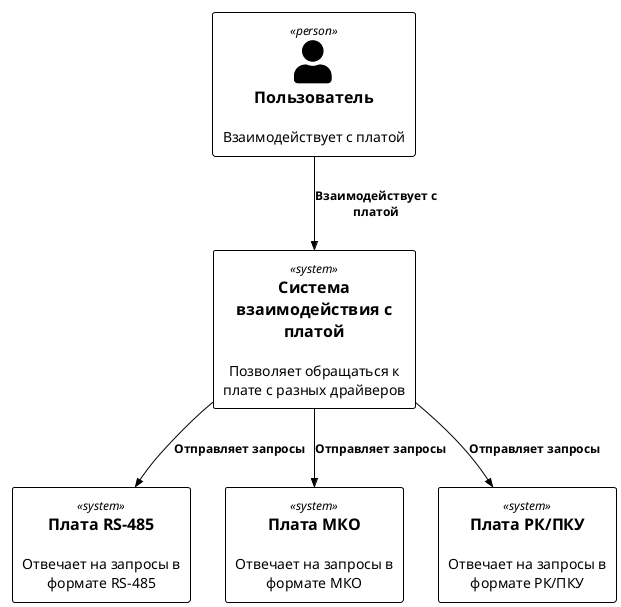
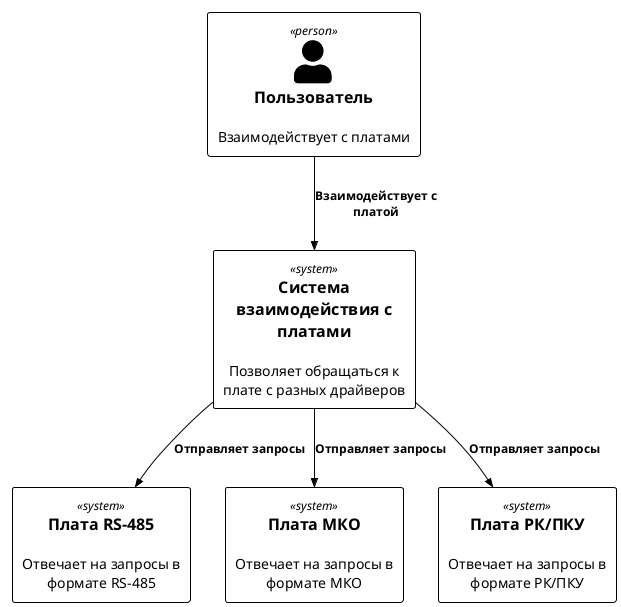
@startuml c_1

!include <C4/C4_Context>

!theme plain

UpdateElementStyle(Person, $borderColor="#000000", $fontColor="#000000", $bgColor="#ffffff")
UpdateElementStyle(System, $borderColor="#000000", $fontColor="#000000", $bgColor="#ffffff")

- Person(user, "Пользователь", "Взаимодействует с платой")
+ Person(user, "Пользователь", "Взаимодействует с платами")

- System(workplace, "Система взаимодействия с платой", "Позволяет обращаться к плате с разных драйверов")
+ System(workplace, "Система взаимодействия с платами", "Позволяет обращаться к плате с разных драйверов")

System(rs485_board, "Плата RS-485", "Отвечает на запросы в формате RS-485")
System(mko_board, "Плата МКО", "Отвечает на запросы в формате МКО")
System(pku_board, "Плата РК/ПКУ", "Отвечает на запросы в формате РК/ПКУ")

Rel(user, workplace, "Взаимодействует с платой")

Rel(workplace, rs485_board, "Отправляет запросы")
Rel(workplace, mko_board, "Отправляет запросы")
Rel(workplace, pku_board, "Отправляет запросы")

@enduml